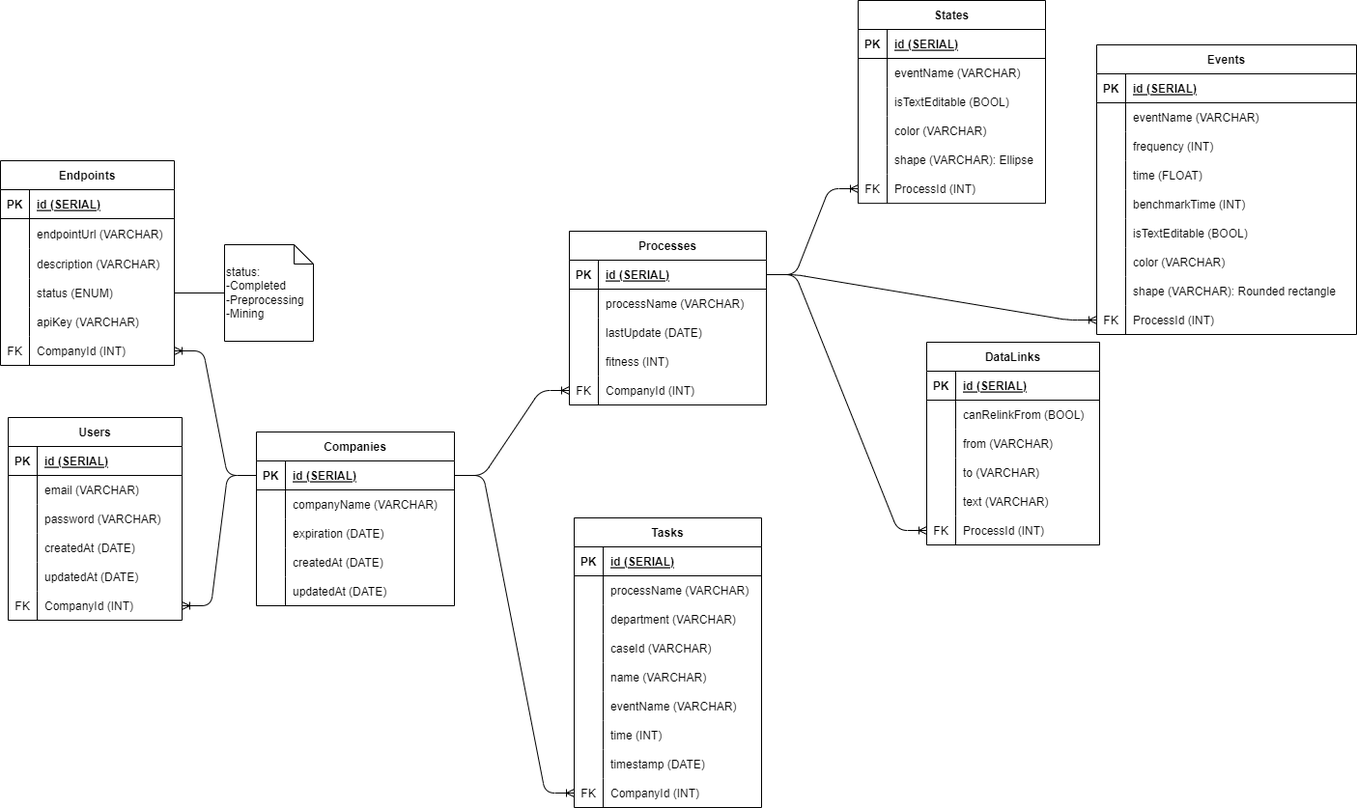
Above: docs/ERD.drawio.png in Alexwilliam112/synapse (draw.io), before the change. Source tidied: cells renumbered, new cells last; positions are measured from the earlier drawing's top-left corner, leaving out a move shared by most shapes.
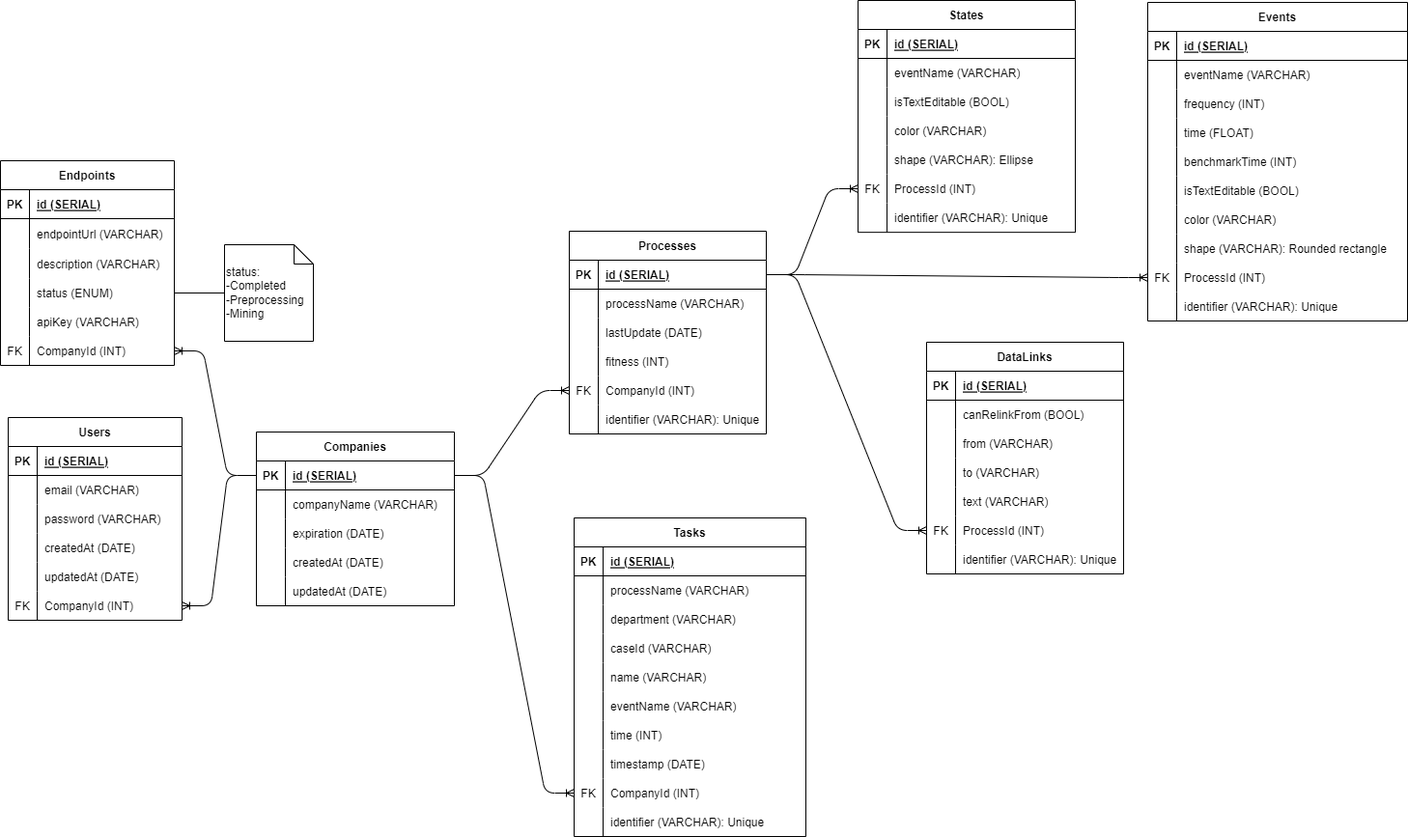
After the change.

The edit, as a diff of the source:
```diff
@@ -113,3 +113,3 @@
     <mxCell id="38" value="Processes" style="shape=table;startSize=30;rowLines=0;fontStyle=1;align=center;" parent="1" vertex="1">
-      <mxGeometry x="589" y="239" width="204" height="180" as="geometry" />
+      <mxGeometry x="589" y="239" width="204" height="210" as="geometry" />
     </mxCell>
@@ -160,7 +160,16 @@
     </mxCell>
+    <mxCell id="175" style="shape=tableRow;horizontal=0;startSize=0;swimlaneHead=0;swimlaneBody=0;fillColor=none;top=0;left=0;right=0;bottom=0;" parent="38" vertex="1">
+      <mxGeometry y="180" width="204" height="30" as="geometry" />
+    </mxCell>
+    <mxCell id="176" style="shape=partialRectangle;fillColor=none;top=0;left=0;bottom=0;right=0;overflow=hidden;" parent="175" vertex="1">
+      <mxGeometry width="30" height="30" as="geometry" />
+    </mxCell>
+    <mxCell id="177" value="identifier (VARCHAR): Unique" style="shape=partialRectangle;fillColor=none;top=0;left=0;bottom=0;right=0;align=left;spacingLeft=6;overflow=hidden;" parent="175" vertex="1">
+      <mxGeometry x="30" width="174" height="30" as="geometry" />
+    </mxCell>
     <mxCell id="54" value="States" style="shape=table;startSize=30;rowLines=0;fontStyle=1;align=center;" parent="1" vertex="1">
-      <mxGeometry x="888" width="194" height="210.2" as="geometry" />
+      <mxGeometry x="888" width="225" height="240.2" as="geometry" />
     </mxCell>
     <mxCell id="55" style="shape=tableRow;horizontal=0;startSize=0;swimlaneHead=0;swimlaneBody=0;fillColor=none;top=0;left=0;right=0;bottom=1;" parent="54" vertex="1">
-      <mxGeometry y="30" width="194" height="30" as="geometry" />
+      <mxGeometry y="30" width="225" height="30" as="geometry" />
     </mxCell>
@@ -170,6 +179,6 @@
     <mxCell id="57" value="id (SERIAL)" style="shape=partialRectangle;fillColor=none;top=0;left=0;bottom=0;right=0;align=left;spacingLeft=6;fontStyle=5;overflow=hidden;" parent="55" vertex="1">
-      <mxGeometry x="30" width="164" height="30" as="geometry" />
+      <mxGeometry x="30" width="195" height="30" as="geometry" />
     </mxCell>
     <mxCell id="58" style="shape=tableRow;horizontal=0;startSize=0;swimlaneHead=0;swimlaneBody=0;fillColor=none;top=0;left=0;right=0;bottom=0;" parent="54" vertex="1">
-      <mxGeometry y="60" width="194" height="30" as="geometry" />
+      <mxGeometry y="60" width="225" height="30" as="geometry" />
     </mxCell>
@@ -179,6 +188,6 @@
     <mxCell id="60" value="eventName (VARCHAR)" style="shape=partialRectangle;fillColor=none;top=0;left=0;bottom=0;right=0;align=left;spacingLeft=6;overflow=hidden;" parent="58" vertex="1">
-      <mxGeometry x="30" width="164" height="30" as="geometry" />
+      <mxGeometry x="30" width="195" height="30" as="geometry" />
     </mxCell>
     <mxCell id="61" style="shape=tableRow;horizontal=0;startSize=0;swimlaneHead=0;swimlaneBody=0;fillColor=none;top=0;left=0;right=0;bottom=0;" parent="54" vertex="1">
-      <mxGeometry y="90" width="194" height="30" as="geometry" />
+      <mxGeometry y="90" width="225" height="30" as="geometry" />
     </mxCell>
@@ -188,6 +197,6 @@
     <mxCell id="63" value="isTextEditable (BOOL)" style="shape=partialRectangle;fillColor=none;top=0;left=0;bottom=0;right=0;align=left;spacingLeft=6;overflow=hidden;" parent="61" vertex="1">
-      <mxGeometry x="30" width="164" height="30" as="geometry" />
+      <mxGeometry x="30" width="195" height="30" as="geometry" />
     </mxCell>
     <mxCell id="64" style="shape=tableRow;horizontal=0;startSize=0;swimlaneHead=0;swimlaneBody=0;fillColor=none;top=0;left=0;right=0;bottom=0;" parent="54" vertex="1">
-      <mxGeometry y="120" width="194" height="30" as="geometry" />
+      <mxGeometry y="120" width="225" height="30" as="geometry" />
     </mxCell>
@@ -197,6 +206,6 @@
     <mxCell id="66" value="color (VARCHAR)" style="shape=partialRectangle;fillColor=none;top=0;left=0;bottom=0;right=0;align=left;spacingLeft=6;overflow=hidden;" parent="64" vertex="1">
-      <mxGeometry x="30" width="164" height="30" as="geometry" />
+      <mxGeometry x="30" width="195" height="30" as="geometry" />
     </mxCell>
     <mxCell id="67" style="shape=tableRow;horizontal=0;startSize=0;swimlaneHead=0;swimlaneBody=0;fillColor=none;top=0;left=0;right=0;bottom=0;" parent="54" vertex="1">
-      <mxGeometry y="150" width="194" height="30" as="geometry" />
+      <mxGeometry y="150" width="225" height="30" as="geometry" />
     </mxCell>
@@ -206,6 +215,6 @@
     <mxCell id="69" value="shape (VARCHAR): Ellipse" style="shape=partialRectangle;fillColor=none;top=0;left=0;bottom=0;right=0;align=left;spacingLeft=6;overflow=hidden;" parent="67" vertex="1">
-      <mxGeometry x="30" width="164" height="30" as="geometry" />
+      <mxGeometry x="30" width="195" height="30" as="geometry" />
     </mxCell>
     <mxCell id="70" style="shape=tableRow;horizontal=0;startSize=0;swimlaneHead=0;swimlaneBody=0;fillColor=none;points=[[0,0.5],[1,0.5]];portConstraint=eastwest;top=0;left=0;right=0;bottom=0;" parent="54" vertex="1">
-      <mxGeometry y="180" width="194" height="30" as="geometry" />
+      <mxGeometry y="180" width="225" height="30" as="geometry" />
     </mxCell>
@@ -215,4 +224,13 @@
     <mxCell id="72" value="ProcessId (INT)" style="shape=partialRectangle;fillColor=none;top=0;left=0;bottom=0;right=0;align=left;spacingLeft=6;overflow=hidden;" parent="70" vertex="1">
-      <mxGeometry x="30" width="164" height="30" as="geometry" />
+      <mxGeometry x="30" width="195" height="30" as="geometry" />
     </mxCell>
+    <mxCell id="178" style="shape=tableRow;horizontal=0;startSize=0;swimlaneHead=0;swimlaneBody=0;fillColor=none;top=0;left=0;right=0;bottom=0;" parent="54" vertex="1">
+      <mxGeometry y="210" width="225" height="30" as="geometry" />
+    </mxCell>
+    <mxCell id="179" style="shape=partialRectangle;fillColor=none;top=0;left=0;bottom=0;right=0;overflow=hidden;" parent="178" vertex="1">
+      <mxGeometry width="30" height="30" as="geometry" />
+    </mxCell>
+    <mxCell id="180" value="identifier (VARCHAR): Unique" style="shape=partialRectangle;fillColor=none;top=0;left=0;bottom=0;right=0;align=left;spacingLeft=6;overflow=hidden;" parent="178" vertex="1">
+      <mxGeometry x="30" width="195" height="30" as="geometry" />
+    </mxCell>
     <mxCell id="73" style="edgeStyle=entityRelationEdgeStyle;fontSize=12;html=1;endArrow=ERoneToMany;" parent="1" edge="1" source="39" target="70">
@@ -221,3 +239,3 @@
     <mxCell id="74" value="Events" style="shape=table;startSize=30;rowLines=0;fontStyle=1;align=center;" parent="1" vertex="1">
-      <mxGeometry x="1135" y="46" width="269" height="300" as="geometry" />
+      <mxGeometry x="1188" y="2" width="269" height="330" as="geometry" />
     </mxCell>
@@ -304,2 +322,11 @@
     </mxCell>
+    <mxCell id="181" style="shape=tableRow;horizontal=0;startSize=0;swimlaneHead=0;swimlaneBody=0;fillColor=none;top=0;left=0;right=0;bottom=0;" parent="74" vertex="1">
+      <mxGeometry y="300" width="269" height="30" as="geometry" />
+    </mxCell>
+    <mxCell id="182" style="shape=partialRectangle;fillColor=none;top=0;left=0;bottom=0;right=0;overflow=hidden;" parent="181" vertex="1">
+      <mxGeometry width="30" height="30" as="geometry" />
+    </mxCell>
+    <mxCell id="183" value="identifier (VARCHAR): Unique" style="shape=partialRectangle;fillColor=none;top=0;left=0;bottom=0;right=0;align=left;spacingLeft=6;overflow=hidden;" parent="181" vertex="1">
+      <mxGeometry x="30" width="239" height="30" as="geometry" />
+    </mxCell>
     <mxCell id="102" style="edgeStyle=entityRelationEdgeStyle;fontSize=12;html=1;endArrow=ERoneToMany;" parent="1" edge="1" source="39" target="99">
@@ -308,6 +335,6 @@
     <mxCell id="103" value="DataLinks" style="shape=table;startSize=30;rowLines=0;fontStyle=1;align=center;" parent="1" vertex="1">
-      <mxGeometry x="959" y="354" width="179" height="210" as="geometry" />
+      <mxGeometry x="959" y="354" width="204" height="240" as="geometry" />
     </mxCell>
     <mxCell id="104" style="shape=tableRow;horizontal=0;startSize=0;swimlaneHead=0;swimlaneBody=0;fillColor=none;top=0;left=0;right=0;bottom=1;" parent="103" vertex="1">
-      <mxGeometry y="30" width="179" height="30" as="geometry" />
+      <mxGeometry y="30" width="204" height="30" as="geometry" />
     </mxCell>
@@ -317,6 +344,6 @@
     <mxCell id="106" value="id (SERIAL)" style="shape=partialRectangle;fillColor=none;top=0;left=0;bottom=0;right=0;align=left;spacingLeft=6;fontStyle=5;overflow=hidden;" parent="104" vertex="1">
-      <mxGeometry x="30" width="149" height="30" as="geometry" />
+      <mxGeometry x="30" width="174" height="30" as="geometry" />
     </mxCell>
     <mxCell id="107" style="shape=tableRow;horizontal=0;startSize=0;swimlaneHead=0;swimlaneBody=0;fillColor=none;top=0;left=0;right=0;bottom=0;" parent="103" vertex="1">
-      <mxGeometry y="60" width="179" height="30" as="geometry" />
+      <mxGeometry y="60" width="204" height="30" as="geometry" />
     </mxCell>
@@ -326,6 +353,6 @@
     <mxCell id="109" value="canRelinkFrom (BOOL)" style="shape=partialRectangle;fillColor=none;top=0;left=0;bottom=0;right=0;align=left;spacingLeft=6;overflow=hidden;" parent="107" vertex="1">
-      <mxGeometry x="30" width="149" height="30" as="geometry" />
+      <mxGeometry x="30" width="174" height="30" as="geometry" />
     </mxCell>
     <mxCell id="110" style="shape=tableRow;horizontal=0;startSize=0;swimlaneHead=0;swimlaneBody=0;fillColor=none;top=0;left=0;right=0;bottom=0;" parent="103" vertex="1">
-      <mxGeometry y="90" width="179" height="30" as="geometry" />
+      <mxGeometry y="90" width="204" height="30" as="geometry" />
     </mxCell>
@@ -335,6 +362,6 @@
     <mxCell id="112" value="from (VARCHAR)" style="shape=partialRectangle;fillColor=none;top=0;left=0;bottom=0;right=0;align=left;spacingLeft=6;overflow=hidden;" parent="110" vertex="1">
-      <mxGeometry x="30" width="149" height="30" as="geometry" />
+      <mxGeometry x="30" width="174" height="30" as="geometry" />
     </mxCell>
     <mxCell id="113" style="shape=tableRow;horizontal=0;startSize=0;swimlaneHead=0;swimlaneBody=0;fillColor=none;top=0;left=0;right=0;bottom=0;" parent="103" vertex="1">
-      <mxGeometry y="120" width="179" height="30" as="geometry" />
+      <mxGeometry y="120" width="204" height="30" as="geometry" />
     </mxCell>
@@ -344,6 +371,6 @@
     <mxCell id="115" value="to (VARCHAR)" style="shape=partialRectangle;fillColor=none;top=0;left=0;bottom=0;right=0;align=left;spacingLeft=6;overflow=hidden;" parent="113" vertex="1">
-      <mxGeometry x="30" width="149" height="30" as="geometry" />
+      <mxGeometry x="30" width="174" height="30" as="geometry" />
     </mxCell>
     <mxCell id="116" style="shape=tableRow;horizontal=0;startSize=0;swimlaneHead=0;swimlaneBody=0;fillColor=none;top=0;left=0;right=0;bottom=0;" parent="103" vertex="1">
-      <mxGeometry y="150" width="179" height="30" as="geometry" />
+      <mxGeometry y="150" width="204" height="30" as="geometry" />
     </mxCell>
@@ -353,6 +380,6 @@
     <mxCell id="118" value="text (VARCHAR)" style="shape=partialRectangle;fillColor=none;top=0;left=0;bottom=0;right=0;align=left;spacingLeft=6;overflow=hidden;" parent="116" vertex="1">
-      <mxGeometry x="30" width="149" height="30" as="geometry" />
+      <mxGeometry x="30" width="174" height="30" as="geometry" />
     </mxCell>
     <mxCell id="119" style="shape=tableRow;horizontal=0;startSize=0;swimlaneHead=0;swimlaneBody=0;fillColor=none;points=[[0,0.5],[1,0.5]];portConstraint=eastwest;top=0;left=0;right=0;bottom=0;" parent="103" vertex="1">
-      <mxGeometry y="180" width="179" height="30" as="geometry" />
+      <mxGeometry y="180" width="204" height="30" as="geometry" />
     </mxCell>
@@ -362,4 +389,13 @@
     <mxCell id="121" value="ProcessId (INT)" style="shape=partialRectangle;fillColor=none;top=0;left=0;bottom=0;right=0;align=left;spacingLeft=6;overflow=hidden;" parent="119" vertex="1">
-      <mxGeometry x="30" width="149" height="30" as="geometry" />
+      <mxGeometry x="30" width="174" height="30" as="geometry" />
     </mxCell>
+    <mxCell id="184" style="shape=tableRow;horizontal=0;startSize=0;swimlaneHead=0;swimlaneBody=0;fillColor=none;top=0;left=0;right=0;bottom=0;" parent="103" vertex="1">
+      <mxGeometry y="210" width="204" height="30" as="geometry" />
+    </mxCell>
+    <mxCell id="185" style="shape=partialRectangle;fillColor=none;top=0;left=0;bottom=0;right=0;overflow=hidden;" parent="184" vertex="1">
+      <mxGeometry width="30" height="30" as="geometry" />
+    </mxCell>
+    <mxCell id="186" value="identifier (VARCHAR): Unique" style="shape=partialRectangle;fillColor=none;top=0;left=0;bottom=0;right=0;align=left;spacingLeft=6;overflow=hidden;" parent="184" vertex="1">
+      <mxGeometry x="30" width="174" height="30" as="geometry" />
+    </mxCell>
     <mxCell id="122" style="edgeStyle=entityRelationEdgeStyle;fontSize=12;html=1;endArrow=ERoneToMany;" parent="1" edge="1" source="39" target="119">
@@ -440,6 +476,6 @@
     <mxCell id="147" value="Tasks" style="shape=table;startSize=30;rowLines=0;fontStyle=1;align=center;" parent="1" vertex="1">
-      <mxGeometry x="594" y="536" width="194" height="300" as="geometry" />
+      <mxGeometry x="594" y="536" width="240" height="330" as="geometry" />
     </mxCell>
     <mxCell id="148" style="shape=tableRow;horizontal=0;startSize=0;swimlaneHead=0;swimlaneBody=0;fillColor=none;top=0;left=0;right=0;bottom=1;" parent="147" vertex="1">
-      <mxGeometry y="30" width="194" height="30" as="geometry" />
+      <mxGeometry y="30" width="240" height="30" as="geometry" />
     </mxCell>
@@ -449,6 +485,6 @@
     <mxCell id="150" value="id (SERIAL)" style="shape=partialRectangle;fillColor=none;top=0;left=0;bottom=0;right=0;align=left;spacingLeft=6;fontStyle=5;overflow=hidden;" parent="148" vertex="1">
-      <mxGeometry x="30" width="164" height="30" as="geometry" />
+      <mxGeometry x="30" width="210" height="30" as="geometry" />
     </mxCell>
     <mxCell id="151" style="shape=tableRow;horizontal=0;startSize=0;swimlaneHead=0;swimlaneBody=0;fillColor=none;top=0;left=0;right=0;bottom=0;" parent="147" vertex="1">
-      <mxGeometry y="60" width="194" height="30" as="geometry" />
+      <mxGeometry y="60" width="240" height="30" as="geometry" />
     </mxCell>
@@ -458,6 +494,6 @@
     <mxCell id="153" value="processName (VARCHAR)" style="shape=partialRectangle;fillColor=none;top=0;left=0;bottom=0;right=0;align=left;spacingLeft=6;overflow=hidden;" parent="151" vertex="1">
-      <mxGeometry x="30" width="164" height="30" as="geometry" />
+      <mxGeometry x="30" width="210" height="30" as="geometry" />
     </mxCell>
     <mxCell id="154" style="shape=tableRow;horizontal=0;startSize=0;swimlaneHead=0;swimlaneBody=0;fillColor=none;top=0;left=0;right=0;bottom=0;" parent="147" vertex="1">
-      <mxGeometry y="90" width="194" height="30" as="geometry" />
+      <mxGeometry y="90" width="240" height="30" as="geometry" />
     </mxCell>
@@ -467,6 +503,6 @@
     <mxCell id="156" value="department (VARCHAR)" style="shape=partialRectangle;fillColor=none;top=0;left=0;bottom=0;right=0;align=left;spacingLeft=6;overflow=hidden;" parent="154" vertex="1">
-      <mxGeometry x="30" width="164" height="30" as="geometry" />
+      <mxGeometry x="30" width="210" height="30" as="geometry" />
     </mxCell>
     <mxCell id="157" style="shape=tableRow;horizontal=0;startSize=0;swimlaneHead=0;swimlaneBody=0;fillColor=none;top=0;left=0;right=0;bottom=0;" parent="147" vertex="1">
-      <mxGeometry y="120" width="194" height="30" as="geometry" />
+      <mxGeometry y="120" width="240" height="30" as="geometry" />
     </mxCell>
@@ -476,6 +512,6 @@
     <mxCell id="159" value="caseId (VARCHAR)" style="shape=partialRectangle;fillColor=none;top=0;left=0;bottom=0;right=0;align=left;spacingLeft=6;overflow=hidden;" parent="157" vertex="1">
-      <mxGeometry x="30" width="164" height="30" as="geometry" />
+      <mxGeometry x="30" width="210" height="30" as="geometry" />
     </mxCell>
     <mxCell id="160" style="shape=tableRow;horizontal=0;startSize=0;swimlaneHead=0;swimlaneBody=0;fillColor=none;top=0;left=0;right=0;bottom=0;" parent="147" vertex="1">
-      <mxGeometry y="150" width="194" height="30" as="geometry" />
+      <mxGeometry y="150" width="240" height="30" as="geometry" />
     </mxCell>
@@ -485,6 +521,6 @@
     <mxCell id="162" value="name (VARCHAR)" style="shape=partialRectangle;fillColor=none;top=0;left=0;bottom=0;right=0;align=left;spacingLeft=6;overflow=hidden;" parent="160" vertex="1">
-      <mxGeometry x="30" width="164" height="30" as="geometry" />
+      <mxGeometry x="30" width="210" height="30" as="geometry" />
     </mxCell>
     <mxCell id="163" style="shape=tableRow;horizontal=0;startSize=0;swimlaneHead=0;swimlaneBody=0;fillColor=none;top=0;left=0;right=0;bottom=0;" parent="147" vertex="1">
-      <mxGeometry y="180" width="194" height="30" as="geometry" />
+      <mxGeometry y="180" width="240" height="30" as="geometry" />
     </mxCell>
@@ -494,6 +530,6 @@
     <mxCell id="165" value="eventName (VARCHAR)" style="shape=partialRectangle;fillColor=none;top=0;left=0;bottom=0;right=0;align=left;spacingLeft=6;overflow=hidden;" parent="163" vertex="1">
-      <mxGeometry x="30" width="164" height="30" as="geometry" />
+      <mxGeometry x="30" width="210" height="30" as="geometry" />
     </mxCell>
     <mxCell id="166" style="shape=tableRow;horizontal=0;startSize=0;swimlaneHead=0;swimlaneBody=0;fillColor=none;top=0;left=0;right=0;bottom=0;" parent="147" vertex="1">
-      <mxGeometry y="210" width="194" height="30" as="geometry" />
+      <mxGeometry y="210" width="240" height="30" as="geometry" />
     </mxCell>
@@ -503,6 +539,6 @@
     <mxCell id="168" value="time (INT)" style="shape=partialRectangle;fillColor=none;top=0;left=0;bottom=0;right=0;align=left;spacingLeft=6;overflow=hidden;" parent="166" vertex="1">
-      <mxGeometry x="30" width="164" height="30" as="geometry" />
+      <mxGeometry x="30" width="210" height="30" as="geometry" />
     </mxCell>
     <mxCell id="169" style="shape=tableRow;horizontal=0;startSize=0;swimlaneHead=0;swimlaneBody=0;fillColor=none;top=0;left=0;right=0;bottom=0;" parent="147" vertex="1">
-      <mxGeometry y="240" width="194" height="30" as="geometry" />
+      <mxGeometry y="240" width="240" height="30" as="geometry" />
     </mxCell>
@@ -512,6 +548,6 @@
     <mxCell id="171" value="timestamp (DATE)" style="shape=partialRectangle;fillColor=none;top=0;left=0;bottom=0;right=0;align=left;spacingLeft=6;overflow=hidden;" parent="169" vertex="1">
-      <mxGeometry x="30" width="164" height="30" as="geometry" />
+      <mxGeometry x="30" width="210" height="30" as="geometry" />
     </mxCell>
     <mxCell id="172" style="shape=tableRow;horizontal=0;startSize=0;swimlaneHead=0;swimlaneBody=0;fillColor=none;points=[[0,0.5],[1,0.5]];portConstraint=eastwest;top=0;left=0;right=0;bottom=0;" parent="147" vertex="1">
-      <mxGeometry y="270" width="194" height="30" as="geometry" />
+      <mxGeometry y="270" width="240" height="30" as="geometry" />
     </mxCell>
@@ -521,4 +557,13 @@
     <mxCell id="174" value="CompanyId (INT)" style="shape=partialRectangle;fillColor=none;top=0;left=0;bottom=0;right=0;align=left;spacingLeft=6;overflow=hidden;" parent="172" vertex="1">
-      <mxGeometry x="30" width="164" height="30" as="geometry" />
+      <mxGeometry x="30" width="210" height="30" as="geometry" />
     </mxCell>
+    <mxCell id="187" style="shape=tableRow;horizontal=0;startSize=0;swimlaneHead=0;swimlaneBody=0;fillColor=none;top=0;left=0;right=0;bottom=0;" parent="147" vertex="1">
+      <mxGeometry y="300" width="240" height="30" as="geometry" />
+    </mxCell>
+    <mxCell id="188" style="shape=partialRectangle;fillColor=none;top=0;left=0;bottom=0;right=0;overflow=hidden;" parent="187" vertex="1">
+      <mxGeometry width="30" height="30" as="geometry" />
+    </mxCell>
+    <mxCell id="189" value="identifier (VARCHAR): Unique" style="shape=partialRectangle;fillColor=none;top=0;left=0;bottom=0;right=0;align=left;spacingLeft=6;overflow=hidden;" parent="187" vertex="1">
+      <mxGeometry x="30" width="210" height="30" as="geometry" />
+    </mxCell>
   </root>
```
